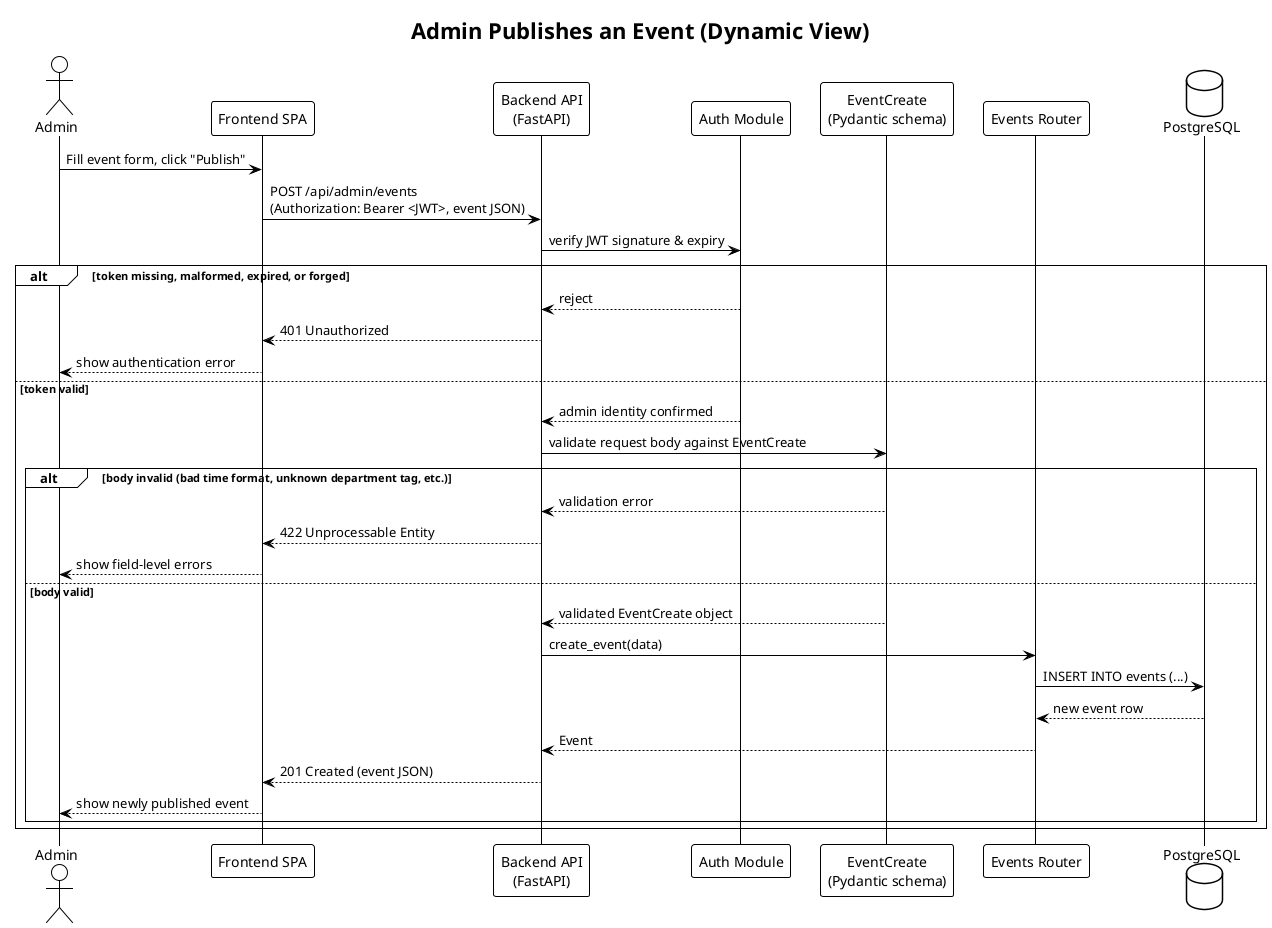
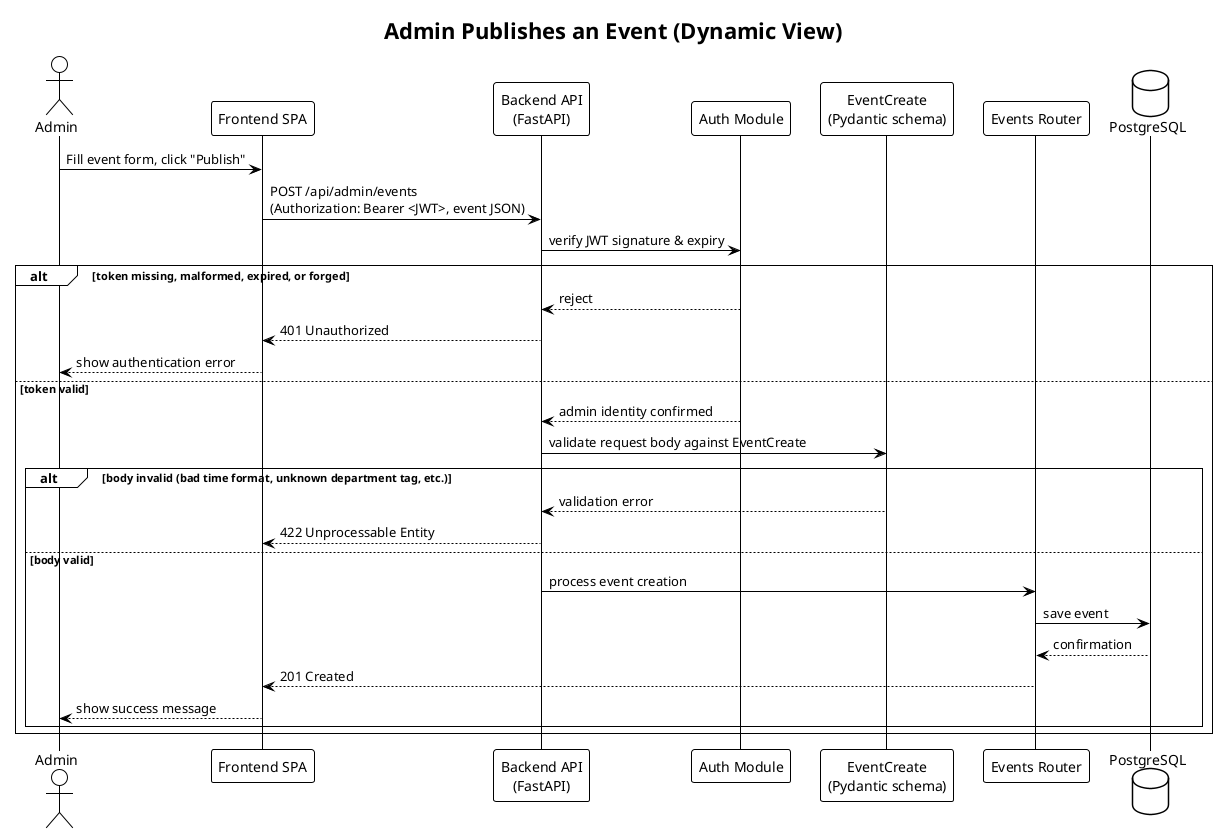
@startuml
!theme plain
title Admin Publishes an Event (Dynamic View)

actor Admin
participant "Frontend SPA" as FE
participant "Backend API\n(FastAPI)" as API
participant "Auth Module" as AUTH
participant "EventCreate\n(Pydantic schema)" as SCHEMA
participant "Events Router" as EVR
database "PostgreSQL" as DB

Admin -> FE : Fill event form, click "Publish"
FE -> API : POST /api/admin/events\n(Authorization: Bearer <JWT>, event JSON)
API -> AUTH : verify JWT signature & expiry

alt token missing, malformed, expired, or forged
  AUTH --> API : reject
  API --> FE : 401 Unauthorized
  FE --> Admin : show authentication error
else token valid
  AUTH --> API : admin identity confirmed
  API -> SCHEMA : validate request body against EventCreate

  alt body invalid (bad time format, unknown department tag, etc.)
    SCHEMA --> API : validation error
    API --> FE : 422 Unprocessable Entity
-     FE --> Admin : show field-level errors
  else body valid
-     SCHEMA --> API : validated EventCreate object
-     API -> EVR : create_event(data)
-     EVR -> DB : INSERT INTO events (...)
-     DB --> EVR : new event row
-     EVR --> API : Event
-     API --> FE : 201 Created (event JSON)
-     FE --> Admin : show newly published event
+     API -> EVR : process event creation
+     EVR -> DB : save event
+     DB --> EVR : confirmation
+     EVR --> FE : 201 Created
+     FE --> Admin : show success message
  end
end
- 
- @enduml
+ @enduml